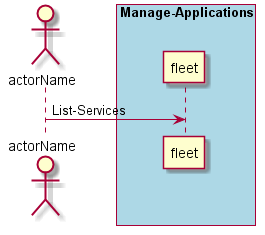
Before: docs/UseCases/Manage-Applications/List-Services.png, a diagram exported from PlantUML (CAADE/fleet). Source of this version:
```plantuml
@startuml
Actor "actorName" as A

box "Manage-Applications" #lightblue
participant "fleet" as S
A -> S : List-Services
end box

@enduml
```
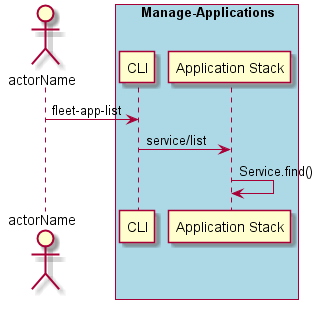
The same file after the commit.

The edit, as a diff of the source:
```diff
@@ -2,8 +2,11 @@
 Actor "actorName" as A
 
 box "Manage-Applications" #lightblue
-participant "fleet" as S
-A -> S : List-Services
+participant "CLI" as S
+A -> S : fleet-app-list
+participant "Application Stack" as AS
+S -> AS : service/list
+AS -> AS : Service.find()
 end box
 
 @enduml
```
